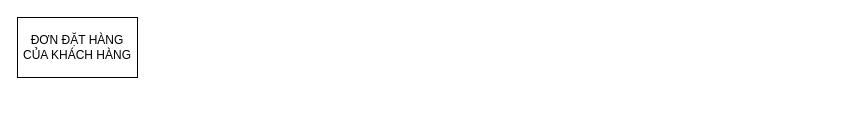
Dtrong56/CSDL-LaptopSale keeps this draw.io diagram as Untitled Diagram.drawio. Above is the earlier version. Source tidied: cells renumbered, new cells numbered last; positions are measured from the earlier drawing's top-left corner, leaving out a move shared by most shapes. Both pictures are drawn from the tidied source at 100%, with x=0, y=0 at pixel (17, 17).
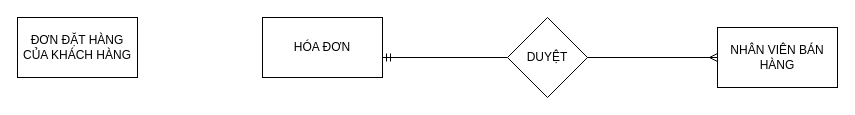
The same diagram, later.

Change to the diagram source:
```diff
@@
 <mxGraphModel>
   <root>
     <mxCell id="0" />
     <mxCell id="1" parent="0" />
     <mxCell id="2" value="ĐƠN ĐẶT HÀNG CỦA KHÁCH HÀNG" style="rounded=0;whiteSpace=wrap;html=1;" parent="1" vertex="1">
       <mxGeometry width="120" height="60" as="geometry" />
     </mxCell>
+    <mxCell id="3" value="HÓA ĐƠN" style="rounded=0;whiteSpace=wrap;html=1;" parent="1" vertex="1">
+      <mxGeometry x="245" width="120" height="60" as="geometry" />
+    </mxCell>
+    <mxCell id="4" value="NHÂN VIÊN BÁN HÀNG" style="rounded=0;whiteSpace=wrap;html=1;" parent="1" vertex="1">
+      <mxGeometry x="700" y="10" width="120" height="60" as="geometry" />
+    </mxCell>
+    <mxCell id="5" style="endArrow=none;html=1;rounded=0;startArrow=ERmandOne;startFill=0;" parent="1" edge="1" target="6">
+      <mxGeometry relative="1" as="geometry">
+        <mxPoint x="365" y="40" as="sourcePoint" />
+      </mxGeometry>
+    </mxCell>
+    <mxCell id="6" value="DUYỆT&lt;br&gt;" style="rhombus;whiteSpace=wrap;html=1;" parent="1" vertex="1">
+      <mxGeometry x="490" width="80" height="80" as="geometry" />
+    </mxCell>
+    <mxCell id="7" style="endArrow=ERmany;html=1;rounded=0;exitX=1;exitY=0.5;exitDx=0;exitDy=0;entryX=0;entryY=0.5;entryDx=0;entryDy=0;startArrow=none;startFill=0;endFill=0;" parent="1" edge="1" source="6" target="4">
+      <mxGeometry relative="1" as="geometry" />
+    </mxCell>
   </root>
 </mxGraphModel>
```
